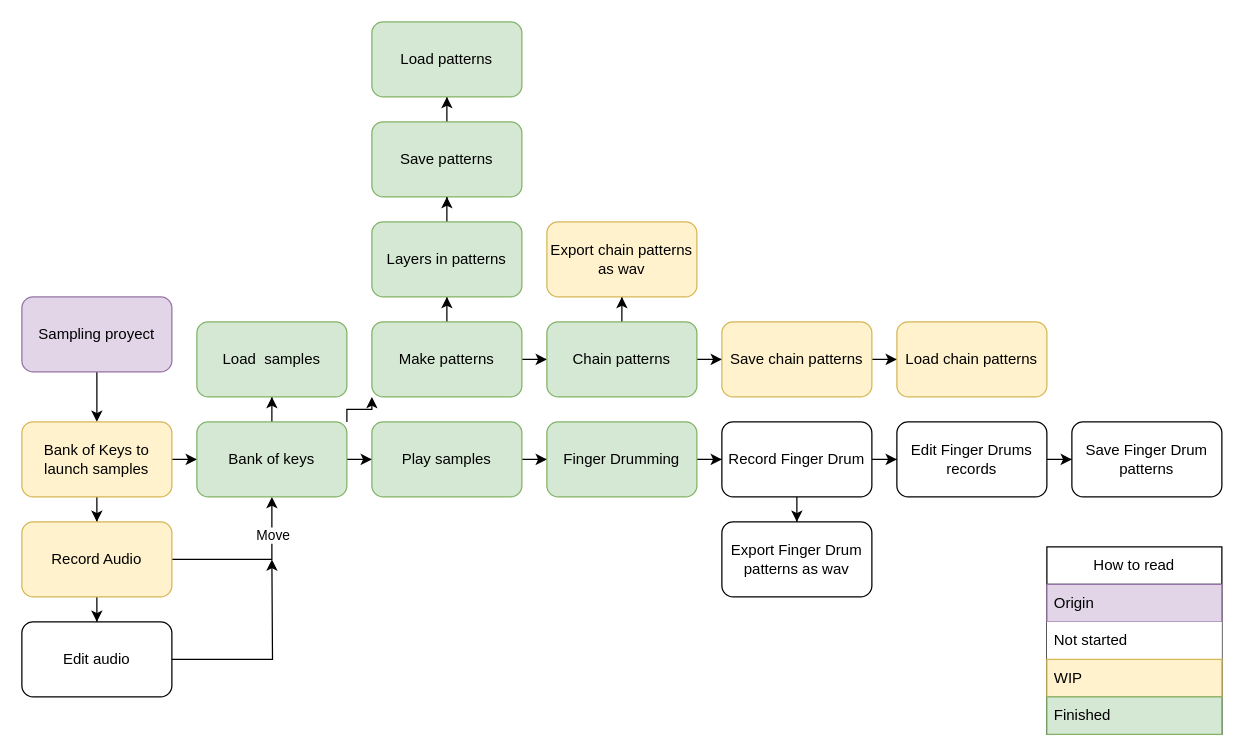
Before: Sampling proyect diagram.drawio in elcalak/Sampling, a draw.io diagram. Source tidied: cells renumbered, new cells numbered last; positions are measured from the earlier drawing's top-left corner, leaving out a move shared by most shapes. Both pictures are drawn from the tidied source at 125%, with x=0, y=0 at pixel (21, 21).
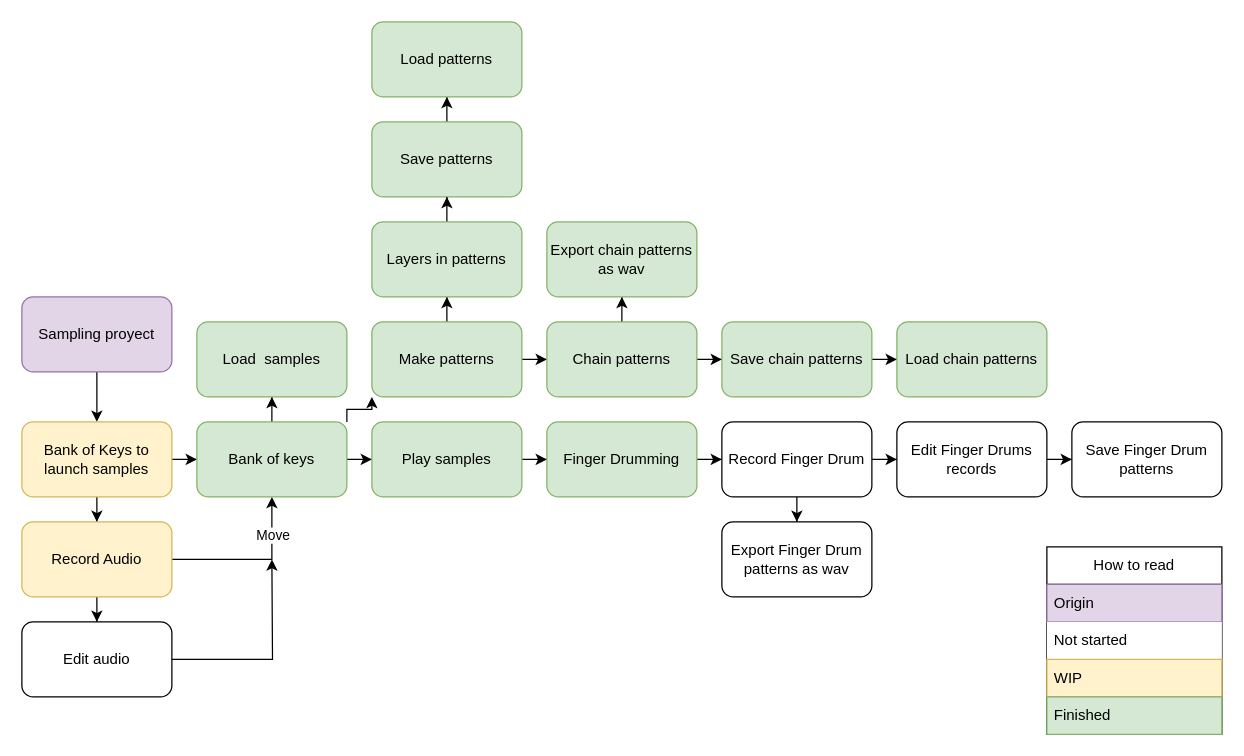
The same page after the edit.

Commit message (it also covers changes not shown here):
Add Export WAV form patterns & Restructure StepSeq def

The edit, as a diff of the source:
```diff
@@
-    <mxCell id="29" value="Save chain patterns" style="whiteSpace=wrap;html=1;rounded=1;fillColor=#fff2cc;strokeColor=#d6b656;" parent="1" vertex="1">
+    <mxCell id="29" value="Save chain patterns" style="whiteSpace=wrap;html=1;rounded=1;fillColor=#d5e8d4;strokeColor=#82b366;" parent="1" vertex="1">
       <mxGeometry x="560" y="240" width="120" height="60" as="geometry" />
     </mxCell>
@@
-    <mxCell id="32" value="Export chain patterns as wav" style="whiteSpace=wrap;html=1;rounded=1;fillColor=#fff2cc;strokeColor=#d6b656;" parent="1" vertex="1">
+    <mxCell id="32" value="Export chain patterns as wav" style="whiteSpace=wrap;html=1;rounded=1;fillColor=#d5e8d4;strokeColor=#82b366;" parent="1" vertex="1">
       <mxGeometry x="420" y="160" width="120" height="60" as="geometry" />
     </mxCell>
@@
-    <mxCell id="48" value="Load chain patterns" style="whiteSpace=wrap;html=1;fillColor=#fff2cc;strokeColor=#d6b656;rounded=1;" parent="1" vertex="1">
+    <mxCell id="48" value="Load chain patterns" style="whiteSpace=wrap;html=1;fillColor=#d5e8d4;strokeColor=#82b366;rounded=1;" parent="1" vertex="1">
       <mxGeometry x="700" y="240" width="120" height="60" as="geometry" />
     </mxCell>
```
